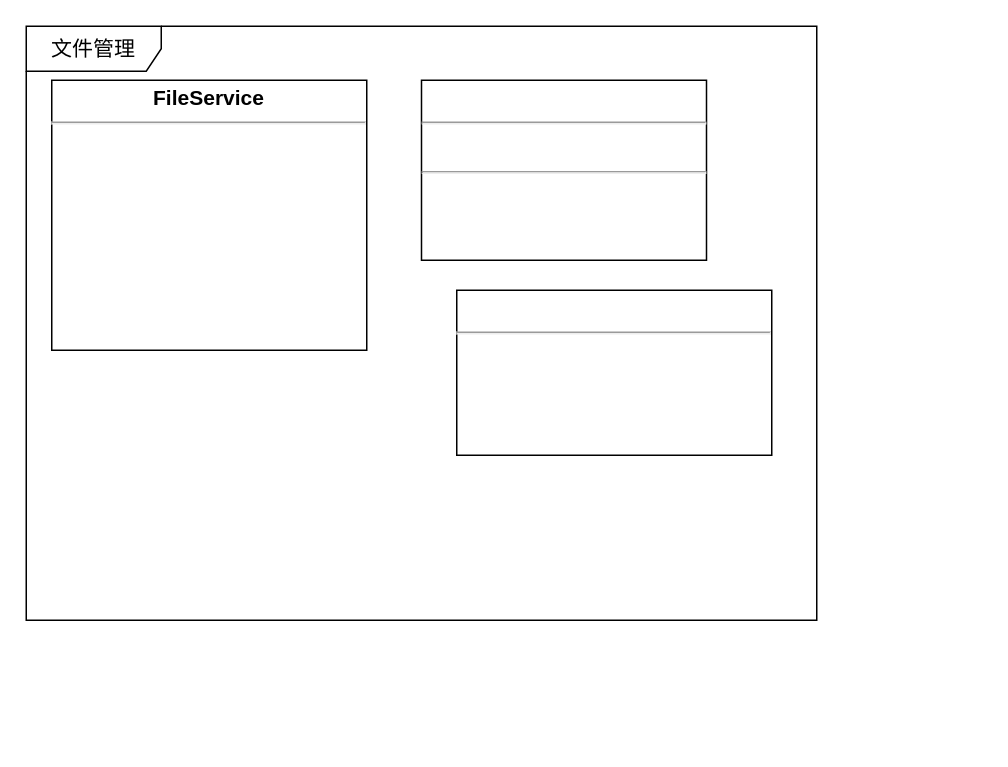
Earlier version of the draw.io diagram IOTManage/class-file.drawio (waterwatermelon/graph). Source tidied: cells renumbered, new cells numbered last; positions are measured from the earlier drawing's top-left corner, leaving out a move shared by most shapes. Both pictures are drawn from the tidied source at 150%, with x=0, y=0 at pixel (26, 26).
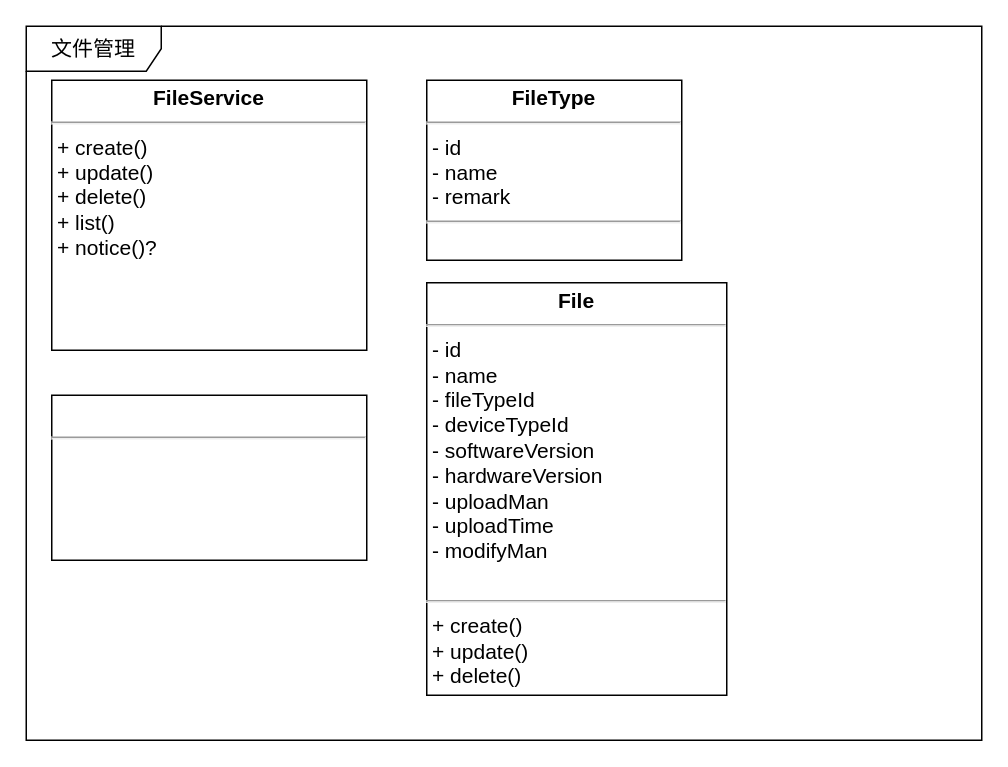
The same diagram, later.

Change to the diagram source:
```diff
@@
 <mxGraphModel>
   <root>
     <mxCell id="0" />
     <mxCell id="1" parent="0" />
     <mxCell id="2" value="文件管理" style="shape=umlFrame;whiteSpace=wrap;html=1;rounded=0;shadow=0;comic=0;labelBackgroundColor=none;strokeColor=#000000;strokeWidth=1;fillColor=#ffffff;fontFamily=Verdana;fontSize=14;fontColor=#000000;align=center;width=90;height=30;" parent="1" vertex="1">
-      <mxGeometry width="527" height="396" as="geometry" />
+      <mxGeometry width="637" height="476" as="geometry" />
     </mxCell>
-    <mxCell id="3" value="&lt;p style=&quot;margin: 4px 0px 0px ; text-align: center ; font-size: 14px&quot;&gt;&lt;b&gt;FileService&lt;/b&gt;&lt;/p&gt;&lt;hr style=&quot;font-size: 14px&quot;&gt;&lt;p style=&quot;margin: 0px 0px 0px 4px ; font-size: 14px&quot;&gt;&lt;br&gt;&lt;/p&gt;" style="verticalAlign=top;align=left;overflow=fill;fontSize=14;fontFamily=Helvetica;html=1;" parent="1" vertex="1">
+    <mxCell id="3" value="&lt;p style=&quot;margin: 4px 0px 0px ; text-align: center ; font-size: 14px&quot;&gt;&lt;b&gt;FileService&lt;/b&gt;&lt;/p&gt;&lt;hr style=&quot;font-size: 14px&quot;&gt;&lt;p style=&quot;margin: 0px 0px 0px 4px ; font-size: 14px&quot;&gt;+ create()&lt;/p&gt;&lt;p style=&quot;margin: 0px 0px 0px 4px ; font-size: 14px&quot;&gt;+ update()&lt;/p&gt;&lt;p style=&quot;margin: 0px 0px 0px 4px ; font-size: 14px&quot;&gt;+ delete()&lt;/p&gt;&lt;p style=&quot;margin: 0px 0px 0px 4px ; font-size: 14px&quot;&gt;+ list()&lt;/p&gt;&lt;p style=&quot;margin: 0px 0px 0px 4px ; font-size: 14px&quot;&gt;+ notice()?&lt;/p&gt;" style="verticalAlign=top;align=left;overflow=fill;fontSize=14;fontFamily=Helvetica;html=1;" parent="1" vertex="1">
       <mxGeometry x="17" y="36" width="210" height="180" as="geometry" />
     </mxCell>
     <mxCell id="4" value="&lt;p style=&quot;margin: 4px 0px 0px ; text-align: center ; font-size: 14px&quot;&gt;&lt;br&gt;&lt;/p&gt;&lt;hr style=&quot;font-size: 14px&quot;&gt;&lt;p style=&quot;margin: 0px 0px 0px 4px ; font-size: 14px&quot;&gt;&lt;br&gt;&lt;/p&gt;" style="verticalAlign=top;align=left;overflow=fill;fontSize=14;fontFamily=Helvetica;html=1;" parent="1" vertex="1">
-      <mxGeometry x="287" y="176" width="210" height="110" as="geometry" />
+      <mxGeometry x="17" y="246" width="210" height="110" as="geometry" />
     </mxCell>
-    <mxCell id="5" value="&lt;p style=&quot;margin: 4px 0px 0px ; text-align: center ; font-size: 14px&quot;&gt;&lt;br&gt;&lt;/p&gt;&lt;hr style=&quot;font-size: 14px&quot;&gt;&lt;p style=&quot;margin: 0px 0px 0px 4px ; font-size: 14px&quot;&gt;&lt;br&gt;&lt;/p&gt;&lt;hr style=&quot;font-size: 14px&quot;&gt;&lt;p style=&quot;margin: 0px 0px 0px 4px ; font-size: 14px&quot;&gt;&lt;br&gt;&lt;/p&gt;" style="verticalAlign=top;align=left;overflow=fill;fontSize=14;fontFamily=Helvetica;html=1;" parent="1" vertex="1">
-      <mxGeometry x="263.5" y="36" width="190" height="120" as="geometry" />
-    </mxCell>
+    <mxCell id="6" value="&lt;p style=&quot;margin: 4px 0px 0px ; text-align: center ; font-size: 14px&quot;&gt;&lt;b&gt;File&lt;/b&gt;&lt;br&gt;&lt;/p&gt;&lt;hr style=&quot;font-size: 14px&quot;&gt;&lt;p style=&quot;margin: 0px 0px 0px 4px ; font-size: 14px&quot;&gt;- id&lt;/p&gt;&lt;p style=&quot;margin: 0px 0px 0px 4px ; font-size: 14px&quot;&gt;- name&lt;/p&gt;&lt;p style=&quot;margin: 0px 0px 0px 4px ; font-size: 14px&quot;&gt;- fileTypeId&lt;/p&gt;&lt;p style=&quot;margin: 0px 0px 0px 4px ; font-size: 14px&quot;&gt;- deviceTypeId&lt;/p&gt;&lt;p style=&quot;margin: 0px 0px 0px 4px ; font-size: 14px&quot;&gt;- softwareVersion&lt;/p&gt;&lt;p style=&quot;margin: 0px 0px 0px 4px ; font-size: 14px&quot;&gt;- hardwareVersion&lt;/p&gt;&lt;p style=&quot;margin: 0px 0px 0px 4px ; font-size: 14px&quot;&gt;- uploadMan&lt;/p&gt;&lt;p style=&quot;margin: 0px 0px 0px 4px ; font-size: 14px&quot;&gt;- uploadTime&lt;/p&gt;&lt;p style=&quot;margin: 0px 0px 0px 4px ; font-size: 14px&quot;&gt;- modifyMan&lt;/p&gt;&lt;p style=&quot;margin: 0px 0px 0px 4px ; font-size: 14px&quot;&gt;&lt;br&gt;&lt;/p&gt;&lt;hr style=&quot;font-size: 14px&quot;&gt;&lt;p style=&quot;margin: 0px 0px 0px 4px ; font-size: 14px&quot;&gt;+ create()&lt;/p&gt;&lt;p style=&quot;margin: 0px 0px 0px 4px ; font-size: 14px&quot;&gt;+ update()&lt;/p&gt;&lt;p style=&quot;margin: 0px 0px 0px 4px ; font-size: 14px&quot;&gt;+ delete()&lt;/p&gt;" style="verticalAlign=top;align=left;overflow=fill;fontSize=14;fontFamily=Helvetica;html=1;" parent="1" vertex="1">
+      <mxGeometry x="267" y="171" width="200" height="275" as="geometry" />
+    </mxCell>
+    <mxCell id="7" value="&lt;p style=&quot;margin: 4px 0px 0px ; text-align: center ; font-size: 14px&quot;&gt;&lt;b&gt;FileType&lt;/b&gt;&lt;br&gt;&lt;/p&gt;&lt;hr style=&quot;font-size: 14px&quot;&gt;&lt;p style=&quot;margin: 0px 0px 0px 4px ; font-size: 14px&quot;&gt;- id&lt;/p&gt;&lt;p style=&quot;margin: 0px 0px 0px 4px ; font-size: 14px&quot;&gt;- name&lt;/p&gt;&lt;p style=&quot;margin: 0px 0px 0px 4px ; font-size: 14px&quot;&gt;- remark&lt;/p&gt;&lt;hr style=&quot;font-size: 14px&quot;&gt;&lt;p style=&quot;margin: 0px 0px 0px 4px ; font-size: 14px&quot;&gt;&lt;br&gt;&lt;/p&gt;" style="verticalAlign=top;align=left;overflow=fill;fontSize=14;fontFamily=Helvetica;html=1;" parent="1" vertex="1">
+      <mxGeometry x="267" y="36" width="170" height="120" as="geometry" />
+    </mxCell>
   </root>
 </mxGraphModel>
```
